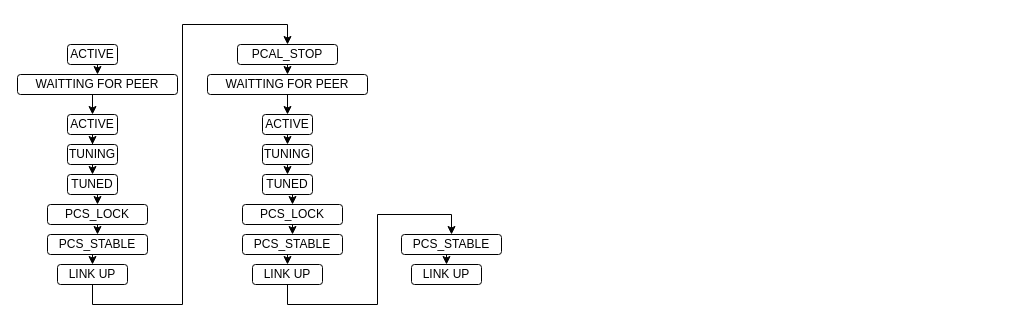
Earlier version of the draw.io diagram Optics_init_state_transition_history.drawio (kongzhongfeima/draw_io). Source tidied: cells renumbered, new cells numbered last; positions are measured from the earlier drawing's top-left corner, leaving out a move shared by most shapes. Both pictures are drawn from the tidied source at 100%, with x=0, y=0 at pixel (17, 44).
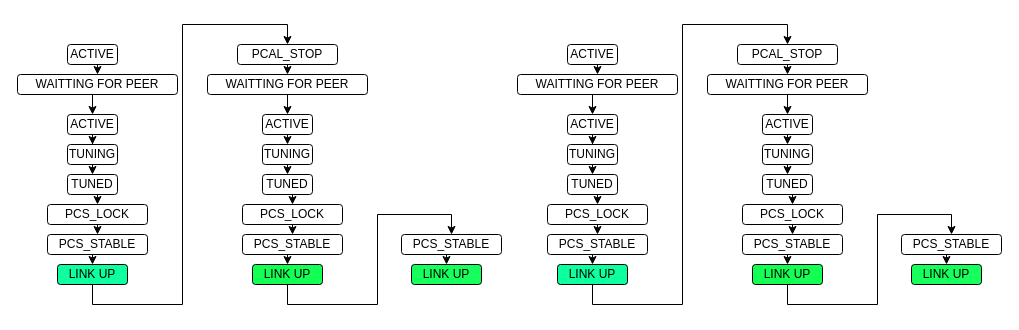
Above is the later version.

What changed in the source:
```diff
@@
-    <mxCell id="17" value="LINK UP" style="rounded=1;whiteSpace=wrap;html=1;" parent="1" vertex="1">
+    <mxCell id="17" value="LINK UP" style="rounded=1;whiteSpace=wrap;html=1;fillColor=#0DFF9E;" parent="1" vertex="1">
       <mxGeometry x="40" y="220" width="70" height="20" as="geometry" />
     </mxCell>
@@
-    <mxCell id="33" value="LINK UP" style="rounded=1;whiteSpace=wrap;html=1;" parent="1" vertex="1">
+    <mxCell id="33" value="LINK UP" style="rounded=1;whiteSpace=wrap;html=1;fillColor=#14FF53;" parent="1" vertex="1">
       <mxGeometry x="235" y="220" width="70" height="20" as="geometry" />
     </mxCell>
@@
-    <mxCell id="36" value="LINK UP" style="rounded=1;whiteSpace=wrap;html=1;" parent="1" vertex="1">
+    <mxCell id="36" value="LINK UP" style="rounded=1;whiteSpace=wrap;html=1;fillColor=#17FF5D;" parent="1" vertex="1">
       <mxGeometry x="394" y="220" width="70" height="20" as="geometry" />
     </mxCell>
+    <mxCell id="37" style="edgeStyle=orthogonalEdgeStyle;rounded=0;jettySize=auto;html=1;exitX=0.5;exitY=1;exitDx=0;exitDy=0;entryX=0.5;entryY=0;entryDx=0;entryDy=0;" parent="1" edge="1" source="38" target="40">
+      <mxGeometry relative="1" as="geometry" />
+    </mxCell>
+    <mxCell id="38" value="ACTIVE" style="rounded=1;whiteSpace=wrap;html=1;" parent="1" vertex="1">
+      <mxGeometry x="550" width="50" height="20" as="geometry" />
+    </mxCell>
+    <mxCell id="39" style="edgeStyle=orthogonalEdgeStyle;rounded=0;jettySize=auto;html=1;exitX=0.5;exitY=1;exitDx=0;exitDy=0;entryX=0.5;entryY=0;entryDx=0;entryDy=0;" parent="1" edge="1" source="40" target="42">
+      <mxGeometry relative="1" as="geometry" />
+    </mxCell>
+    <mxCell id="40" value="WAITTING FOR PEER" style="rounded=1;whiteSpace=wrap;html=1;" parent="1" vertex="1">
+      <mxGeometry x="500" y="30" width="160" height="20" as="geometry" />
+    </mxCell>
+    <mxCell id="41" style="edgeStyle=orthogonalEdgeStyle;rounded=0;jettySize=auto;html=1;exitX=0.5;exitY=1;exitDx=0;exitDy=0;" parent="1" edge="1" source="42" target="44">
+      <mxGeometry relative="1" as="geometry" />
+    </mxCell>
+    <mxCell id="42" value="ACTIVE" style="rounded=1;whiteSpace=wrap;html=1;" parent="1" vertex="1">
+      <mxGeometry x="550" y="70" width="50" height="20" as="geometry" />
+    </mxCell>
+    <mxCell id="43" style="edgeStyle=orthogonalEdgeStyle;rounded=0;jettySize=auto;html=1;exitX=0.5;exitY=1;exitDx=0;exitDy=0;entryX=0.5;entryY=0;entryDx=0;entryDy=0;" parent="1" edge="1" source="44" target="46">
+      <mxGeometry relative="1" as="geometry" />
+    </mxCell>
+    <mxCell id="44" value="TUNING" style="rounded=1;whiteSpace=wrap;html=1;" parent="1" vertex="1">
+      <mxGeometry x="550" y="100" width="50" height="20" as="geometry" />
+    </mxCell>
+    <mxCell id="45" style="edgeStyle=orthogonalEdgeStyle;rounded=0;jettySize=auto;html=1;exitX=0.5;exitY=1;exitDx=0;exitDy=0;entryX=0.5;entryY=0;entryDx=0;entryDy=0;" parent="1" edge="1" source="46" target="48">
+      <mxGeometry relative="1" as="geometry" />
+    </mxCell>
+    <mxCell id="46" value="TUNED" style="rounded=1;whiteSpace=wrap;html=1;" parent="1" vertex="1">
+      <mxGeometry x="550" y="130" width="50" height="20" as="geometry" />
+    </mxCell>
+    <mxCell id="47" style="edgeStyle=orthogonalEdgeStyle;rounded=0;jettySize=auto;html=1;exitX=0.5;exitY=1;exitDx=0;exitDy=0;entryX=0.5;entryY=0;entryDx=0;entryDy=0;" parent="1" edge="1" source="48" target="50">
+      <mxGeometry relative="1" as="geometry" />
+    </mxCell>
+    <mxCell id="48" value="PCS_LOCK" style="rounded=1;whiteSpace=wrap;html=1;" parent="1" vertex="1">
+      <mxGeometry x="530" y="160" width="100" height="20" as="geometry" />
+    </mxCell>
+    <mxCell id="49" style="edgeStyle=orthogonalEdgeStyle;rounded=0;jettySize=auto;html=1;exitX=0.5;exitY=1;exitDx=0;exitDy=0;entryX=0.5;entryY=0;entryDx=0;entryDy=0;" parent="1" edge="1" source="50" target="52">
+      <mxGeometry relative="1" as="geometry" />
+    </mxCell>
+    <mxCell id="50" value="PCS_STABLE" style="rounded=1;whiteSpace=wrap;html=1;" parent="1" vertex="1">
+      <mxGeometry x="530" y="190" width="100" height="20" as="geometry" />
+    </mxCell>
+    <mxCell id="51" style="edgeStyle=orthogonalEdgeStyle;rounded=0;jettySize=auto;html=1;exitX=0.5;exitY=1;exitDx=0;exitDy=0;entryX=0.5;entryY=0;entryDx=0;entryDy=0;" parent="1" edge="1" source="52" target="54">
+      <mxGeometry relative="1" as="geometry" />
+    </mxCell>
+    <mxCell id="52" value="LINK UP" style="rounded=1;whiteSpace=wrap;html=1;fillColor=#0DFF9E;" parent="1" vertex="1">
+      <mxGeometry x="540" y="220" width="70" height="20" as="geometry" />
+    </mxCell>
+    <mxCell id="53" style="edgeStyle=orthogonalEdgeStyle;rounded=0;jettySize=auto;html=1;exitX=0.5;exitY=1;exitDx=0;exitDy=0;entryX=0.5;entryY=0;entryDx=0;entryDy=0;" parent="1" edge="1" source="54" target="56">
+      <mxGeometry relative="1" as="geometry" />
+    </mxCell>
+    <mxCell id="54" value="PCAL_STOP" style="rounded=1;whiteSpace=wrap;html=1;" parent="1" vertex="1">
+      <mxGeometry x="720" width="100" height="20" as="geometry" />
+    </mxCell>
+    <mxCell id="55" style="edgeStyle=orthogonalEdgeStyle;rounded=0;jettySize=auto;html=1;exitX=0.5;exitY=1;exitDx=0;exitDy=0;entryX=0.5;entryY=0;entryDx=0;entryDy=0;" parent="1" edge="1" source="56" target="58">
+      <mxGeometry relative="1" as="geometry" />
+    </mxCell>
+    <mxCell id="56" value="WAITTING FOR PEER" style="rounded=1;whiteSpace=wrap;html=1;" parent="1" vertex="1">
+      <mxGeometry x="690" y="30" width="160" height="20" as="geometry" />
+    </mxCell>
+    <mxCell id="57" style="edgeStyle=orthogonalEdgeStyle;rounded=0;jettySize=auto;html=1;exitX=0.5;exitY=1;exitDx=0;exitDy=0;entryX=0.5;entryY=0;entryDx=0;entryDy=0;" parent="1" edge="1" source="58" target="60">
+      <mxGeometry relative="1" as="geometry" />
+    </mxCell>
+    <mxCell id="58" value="ACTIVE" style="rounded=1;whiteSpace=wrap;html=1;" parent="1" vertex="1">
+      <mxGeometry x="745" y="70" width="50" height="20" as="geometry" />
+    </mxCell>
+    <mxCell id="59" style="edgeStyle=orthogonalEdgeStyle;rounded=0;jettySize=auto;html=1;exitX=0.5;exitY=1;exitDx=0;exitDy=0;entryX=0.5;entryY=0;entryDx=0;entryDy=0;" parent="1" edge="1" source="60" target="62">
+      <mxGeometry relative="1" as="geometry" />
+    </mxCell>
+    <mxCell id="60" value="TUNING" style="rounded=1;whiteSpace=wrap;html=1;" parent="1" vertex="1">
+      <mxGeometry x="745" y="100" width="50" height="20" as="geometry" />
+    </mxCell>
+    <mxCell id="61" style="edgeStyle=orthogonalEdgeStyle;rounded=0;jettySize=auto;html=1;exitX=0.5;exitY=1;exitDx=0;exitDy=0;entryX=0.5;entryY=0;entryDx=0;entryDy=0;" parent="1" edge="1" source="62" target="64">
+      <mxGeometry relative="1" as="geometry" />
+    </mxCell>
+    <mxCell id="62" value="TUNED" style="rounded=1;whiteSpace=wrap;html=1;" parent="1" vertex="1">
+      <mxGeometry x="745" y="130" width="50" height="20" as="geometry" />
+    </mxCell>
+    <mxCell id="63" style="edgeStyle=orthogonalEdgeStyle;rounded=0;jettySize=auto;html=1;exitX=0.5;exitY=1;exitDx=0;exitDy=0;entryX=0.5;entryY=0;entryDx=0;entryDy=0;" parent="1" edge="1" source="64" target="66">
+      <mxGeometry relative="1" as="geometry" />
+    </mxCell>
+    <mxCell id="64" value="PCS_LOCK" style="rounded=1;whiteSpace=wrap;html=1;" parent="1" vertex="1">
+      <mxGeometry x="725" y="160" width="100" height="20" as="geometry" />
+    </mxCell>
+    <mxCell id="65" style="edgeStyle=orthogonalEdgeStyle;rounded=0;jettySize=auto;html=1;exitX=0.5;exitY=1;exitDx=0;exitDy=0;entryX=0.5;entryY=0;entryDx=0;entryDy=0;" parent="1" edge="1" source="66" target="68">
+      <mxGeometry relative="1" as="geometry" />
+    </mxCell>
+    <mxCell id="66" value="PCS_STABLE" style="rounded=1;whiteSpace=wrap;html=1;" parent="1" vertex="1">
+      <mxGeometry x="725" y="190" width="100" height="20" as="geometry" />
+    </mxCell>
+    <mxCell id="67" style="edgeStyle=orthogonalEdgeStyle;rounded=0;jettySize=auto;html=1;exitX=0.5;exitY=1;exitDx=0;exitDy=0;entryX=0.5;entryY=0;entryDx=0;entryDy=0;" parent="1" edge="1" source="68" target="70">
+      <mxGeometry relative="1" as="geometry">
+        <Array as="points">
+          <mxPoint x="770" y="260" />
+          <mxPoint x="860" y="260" />
+          <mxPoint x="860" y="170" />
+          <mxPoint x="934" y="170" />
+        </Array>
+      </mxGeometry>
+    </mxCell>
+    <mxCell id="68" value="LINK UP" style="rounded=1;whiteSpace=wrap;html=1;fillColor=#14FF53;" parent="1" vertex="1">
+      <mxGeometry x="735" y="220" width="70" height="20" as="geometry" />
+    </mxCell>
+    <mxCell id="69" style="edgeStyle=orthogonalEdgeStyle;rounded=0;jettySize=auto;html=1;exitX=0.5;exitY=1;exitDx=0;exitDy=0;entryX=0.5;entryY=0;entryDx=0;entryDy=0;" parent="1" edge="1" source="70" target="71">
+      <mxGeometry relative="1" as="geometry" />
+    </mxCell>
+    <mxCell id="70" value="PCS_STABLE" style="rounded=1;whiteSpace=wrap;html=1;" parent="1" vertex="1">
+      <mxGeometry x="884" y="190" width="100" height="20" as="geometry" />
+    </mxCell>
+    <mxCell id="71" value="LINK UP" style="rounded=1;whiteSpace=wrap;html=1;fillColor=#17FF5D;" parent="1" vertex="1">
+      <mxGeometry x="894" y="220" width="70" height="20" as="geometry" />
+    </mxCell>
```
